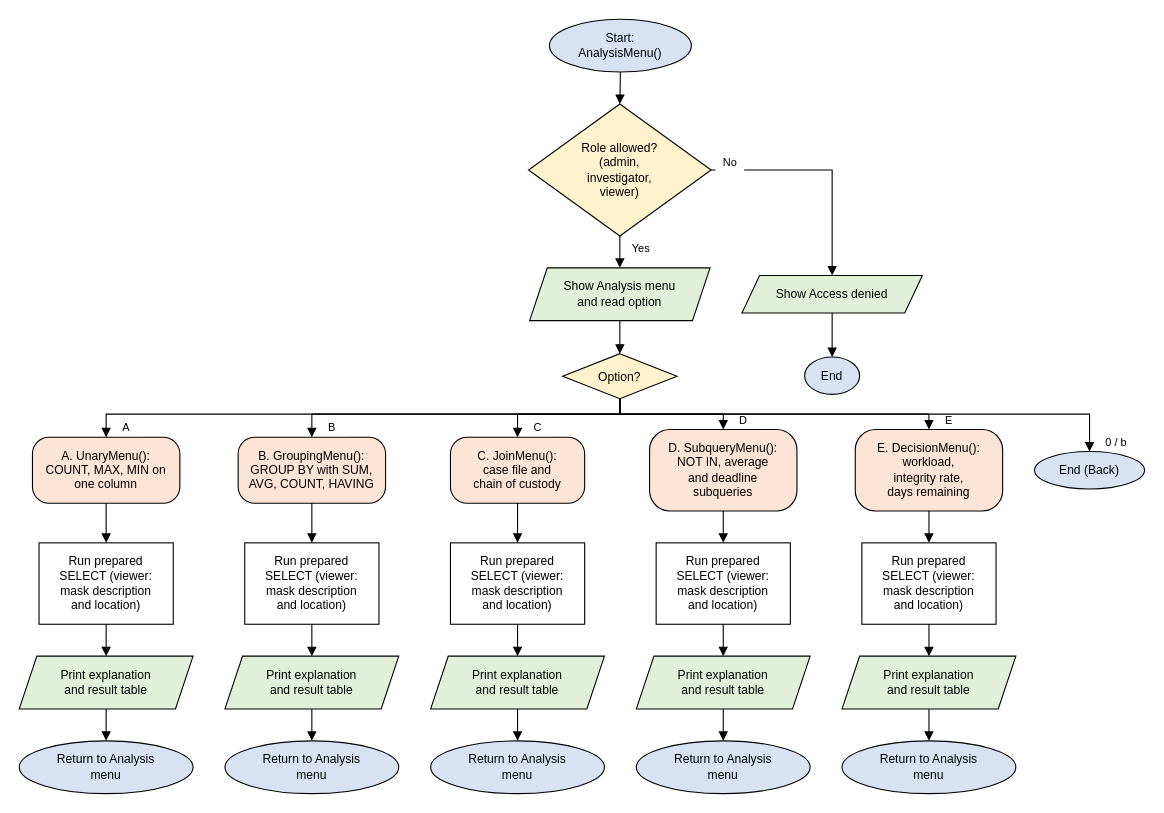
Earlier version of the draw.io diagram page "Flow Chart 1.9: AnalysisMenu()" (42 of 44) of docs/SAD CHARTS.drawio (z41hk/SecureTrace). Source tidied: cells renumbered, new cells numbered last; positions are measured from the earlier drawing's top-left corner, leaving out a move shared by most shapes. Both pictures are drawn from the tidied source at 110%, with x=0, y=0 at pixel (19, 19).
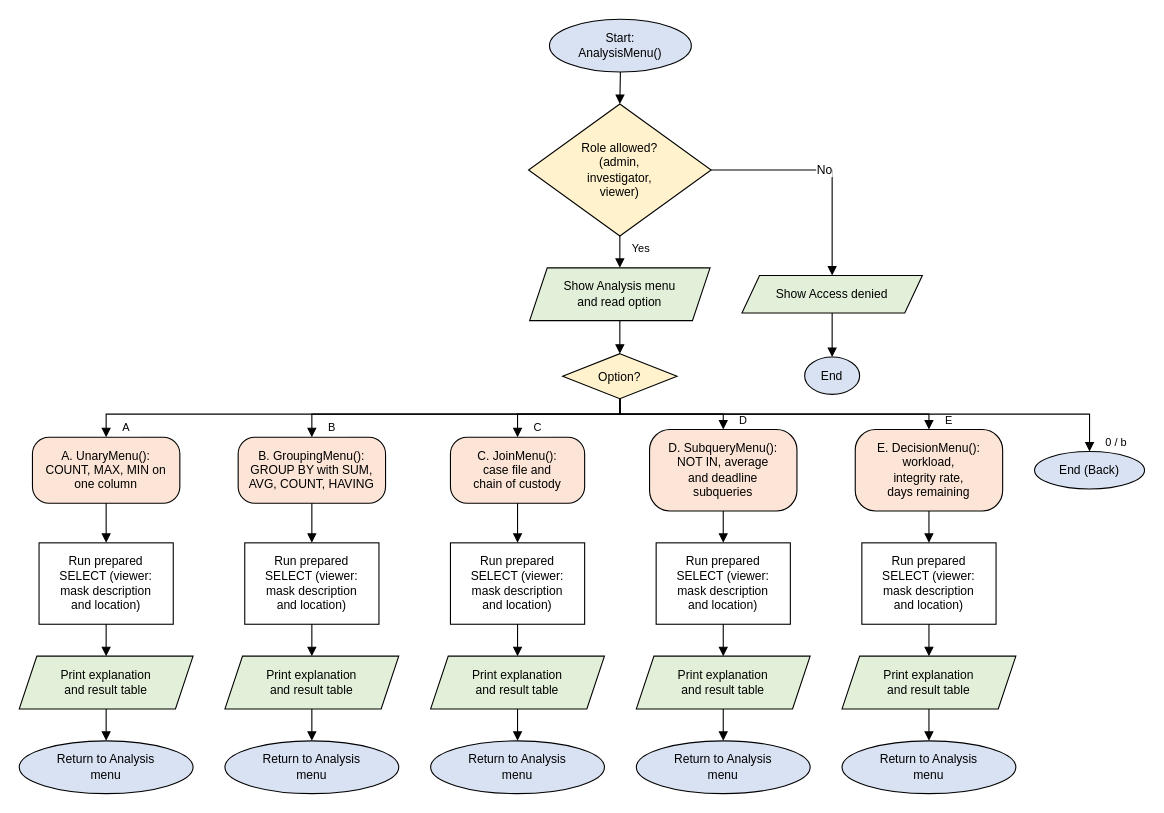
After the change.

The change refers to these unchanged cells:
```xml
<mxCell id="3" value="Role allowed?&lt;br&gt;(admin,&lt;br&gt;investigator,&lt;br&gt;viewer)" style="rhombus;whiteSpace=wrap;html=1;fillColor=#FFF2CC;strokeColor=#000000;fontColor=#000000;fontSize=11;fontFamily=Arial;" parent="1" vertex="1">
  <mxGeometry x="463" y="77" width="166" height="120" as="geometry" />
</mxCell>
<mxCell id="5" value="Show Access denied" style="shape=parallelogram;perimeter=parallelogramPerimeter;fixedSize=1;size=16;whiteSpace=wrap;html=1;fillColor=#E2F0D9;strokeColor=#000000;fontColor=#000000;fontSize=11;fontFamily=Arial;" parent="1" vertex="1">
  <mxGeometry x="657" y="233" width="164" height="34" as="geometry" />
</mxCell>
```

Change to the diagram source:
```diff
@@
-    <mxCell id="32" style="edgeStyle=none;rounded=0;html=1;endArrow=block;endFill=1;strokeColor=#000000;exitX=1;exitY=0.5;exitDx=0;exitDy=0;entryX=0.5;entryY=0;entryDx=0;entryDy=0;" parent="1" edge="1" source="3" target="5">
+    <mxCell id="32" value="No" style="edgeStyle=none;rounded=0;html=1;endArrow=block;endFill=1;strokeColor=#000000;exitX=1;exitY=0.5;exitDx=0;exitDy=0;entryX=0.5;entryY=0;entryDx=0;entryDy=0;" parent="1" edge="1" source="3" target="5">
       <mxGeometry relative="1" as="geometry">
         <Array as="points">
           <mxPoint x="739" y="137" />
         </Array>
       </mxGeometry>
     </mxCell>
-    <mxCell id="33" value="No" style="text;html=1;align=center;verticalAlign=middle;fontSize=10;fontFamily=Arial;fontColor=#000000;fillColor=#FFFFFF;strokeColor=none;spacing=0;" parent="1" vertex="1">
-      <mxGeometry x="633" y="122" width="26" height="16" as="geometry" />
-    </mxCell>
```
